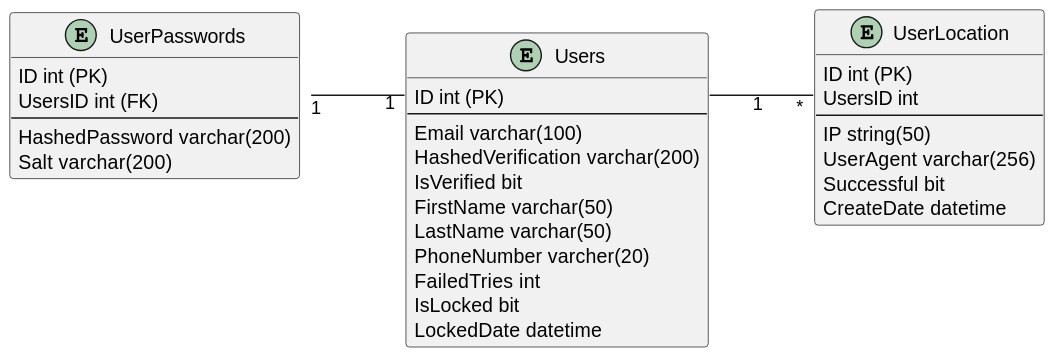
blackout1471/trust-us-school keeps this PlantUML diagram as Docs/out/ERD/Login-ERD/ERD.svg. Above is the earlier version.
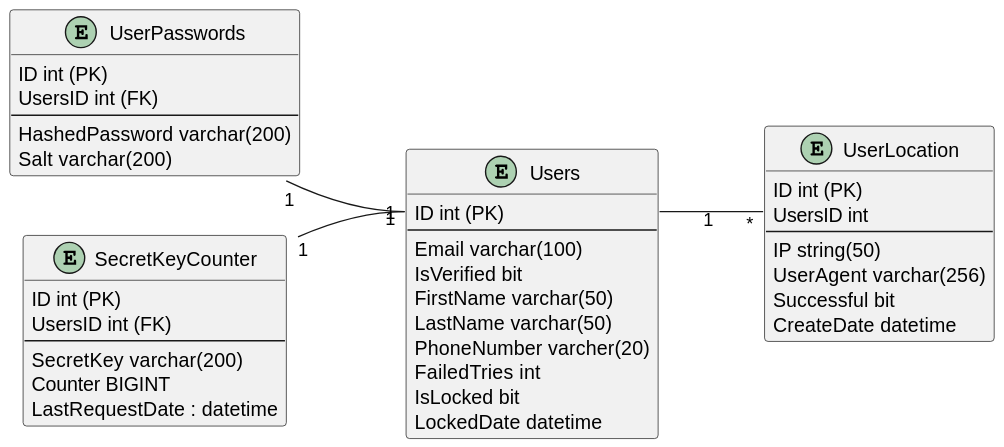
After the change.

The edit, as a diff of the source:
```diff
@@ -9,11 +9,19 @@
     Salt varchar(200)
 }
 
+entity "SecretKeyCounter" as sk {
+    ID int (PK)
+    UsersID int (FK)
+    --
+    SecretKey varchar(200)
+    Counter BIGINT
+    LastRequestDate : datetime
+}
+
 entity Users {
     ID int (PK)
     --
     Email varchar(100)
-    HashedVerification varchar(200)
     IsVerified bit
     FirstName varchar(50)
     LastName varchar(50)
@@ -36,5 +44,7 @@
 
 up::UserID"1" -- "1"Users::ID
 
+sk::UserID"1" -- "1"Users::ID
+
 
 @enduml
```
